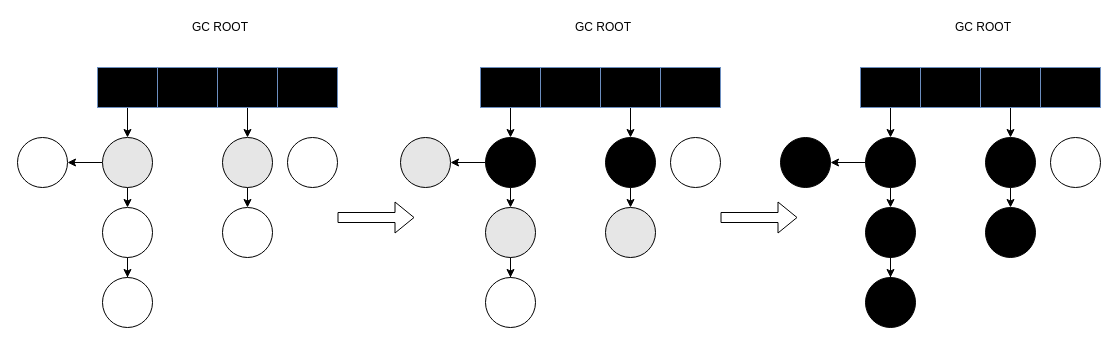
Before: jvm/三色标记.drawio in erlieStar/diagrams, a draw.io diagram. Source tidied: cells renumbered, new cells numbered last; positions are measured from the earlier drawing's top-left corner, leaving out a move shared by most shapes. Both pictures are drawn from the tidied source at 100%, with x=0, y=0 at pixel (17, 17).
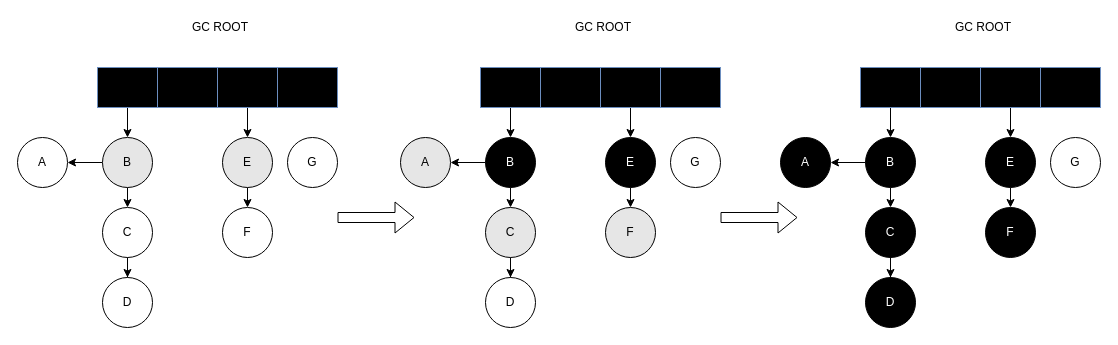
After the change.

Diff of the diagram source:
```diff
@@
-    <mxCell id="4" style="ellipse;whiteSpace=wrap;html=1;fillColor=#E6E6E6;" parent="1" vertex="1">
+    <mxCell id="4" value="B" style="ellipse;whiteSpace=wrap;html=1;fillColor=#E6E6E6;" parent="1" vertex="1">
       <mxGeometry x="85" y="120" width="50" height="50" as="geometry" />
     </mxCell>
@@
-    <mxCell id="6" style="ellipse;whiteSpace=wrap;html=1;" parent="1" vertex="1">
+    <mxCell id="6" value="C" style="ellipse;whiteSpace=wrap;html=1;" parent="1" vertex="1">
       <mxGeometry x="85" y="190" width="50" height="50" as="geometry" />
     </mxCell>
-    <mxCell id="7" style="ellipse;whiteSpace=wrap;html=1;" parent="1" vertex="1">
+    <mxCell id="7" value="A" style="ellipse;whiteSpace=wrap;html=1;" parent="1" vertex="1">
       <mxGeometry y="120" width="50" height="50" as="geometry" />
     </mxCell>
-    <mxCell id="8" style="ellipse;whiteSpace=wrap;html=1;" parent="1" vertex="1">
+    <mxCell id="8" value="D" style="ellipse;whiteSpace=wrap;html=1;" parent="1" vertex="1">
       <mxGeometry x="85" y="260" width="50" height="50" as="geometry" />
     </mxCell>
@@
-    <mxCell id="10" style="ellipse;whiteSpace=wrap;html=1;fillColor=#E6E6E6;" parent="1" vertex="1">
+    <mxCell id="10" value="E" style="ellipse;whiteSpace=wrap;html=1;fillColor=#E6E6E6;" parent="1" vertex="1">
       <mxGeometry x="205" y="120" width="50" height="50" as="geometry" />
     </mxCell>
-    <mxCell id="11" style="ellipse;whiteSpace=wrap;html=1;" parent="1" vertex="1">
+    <mxCell id="11" value="F" style="ellipse;whiteSpace=wrap;html=1;" parent="1" vertex="1">
       <mxGeometry x="205" y="190" width="50" height="50" as="geometry" />
     </mxCell>
-    <mxCell id="12" style="ellipse;whiteSpace=wrap;html=1;" parent="1" vertex="1">
+    <mxCell id="12" value="G" style="ellipse;whiteSpace=wrap;html=1;" parent="1" vertex="1">
       <mxGeometry x="270" y="120" width="50" height="50" as="geometry" />
     </mxCell>
@@
-    <mxCell id="22" style="ellipse;whiteSpace=wrap;html=1;fillColor=#000000;" parent="1" vertex="1">
+    <mxCell id="22" value="&lt;font color=&quot;#ffffff&quot;&gt;B&lt;/font&gt;" style="ellipse;whiteSpace=wrap;html=1;fillColor=#000000;" parent="1" vertex="1">
       <mxGeometry x="468" y="120" width="50" height="50" as="geometry" />
     </mxCell>
@@
-    <mxCell id="24" style="ellipse;whiteSpace=wrap;html=1;fillColor=#E6E6E6;" parent="1" vertex="1">
+    <mxCell id="24" value="C" style="ellipse;whiteSpace=wrap;html=1;fillColor=#E6E6E6;" parent="1" vertex="1">
       <mxGeometry x="468" y="190" width="50" height="50" as="geometry" />
     </mxCell>
-    <mxCell id="25" style="ellipse;whiteSpace=wrap;html=1;fillColor=#E6E6E6;" parent="1" vertex="1">
+    <mxCell id="25" value="A" style="ellipse;whiteSpace=wrap;html=1;fillColor=#E6E6E6;" parent="1" vertex="1">
       <mxGeometry x="383" y="120" width="50" height="50" as="geometry" />
     </mxCell>
-    <mxCell id="26" style="ellipse;whiteSpace=wrap;html=1;" parent="1" vertex="1">
+    <mxCell id="26" value="D" style="ellipse;whiteSpace=wrap;html=1;" parent="1" vertex="1">
       <mxGeometry x="468" y="260" width="50" height="50" as="geometry" />
     </mxCell>
@@
-    <mxCell id="28" style="ellipse;whiteSpace=wrap;html=1;fillColor=#000000;" parent="1" vertex="1">
+    <mxCell id="28" value="&lt;font color=&quot;#ffffff&quot;&gt;E&lt;/font&gt;" style="ellipse;whiteSpace=wrap;html=1;fillColor=#000000;" parent="1" vertex="1">
       <mxGeometry x="588" y="120" width="50" height="50" as="geometry" />
     </mxCell>
-    <mxCell id="29" style="ellipse;whiteSpace=wrap;html=1;fillColor=#E6E6E6;" parent="1" vertex="1">
+    <mxCell id="29" value="F" style="ellipse;whiteSpace=wrap;html=1;fillColor=#E6E6E6;" parent="1" vertex="1">
       <mxGeometry x="588" y="190" width="50" height="50" as="geometry" />
     </mxCell>
-    <mxCell id="30" style="ellipse;whiteSpace=wrap;html=1;" parent="1" vertex="1">
+    <mxCell id="30" value="G" style="ellipse;whiteSpace=wrap;html=1;" parent="1" vertex="1">
       <mxGeometry x="653" y="120" width="50" height="50" as="geometry" />
     </mxCell>
@@
-    <mxCell id="40" style="ellipse;whiteSpace=wrap;html=1;fillColor=#000000;" parent="1" vertex="1">
+    <mxCell id="40" value="&lt;font color=&quot;#ffffff&quot;&gt;B&lt;/font&gt;" style="ellipse;whiteSpace=wrap;html=1;fillColor=#000000;" parent="1" vertex="1">
       <mxGeometry x="848" y="120" width="50" height="50" as="geometry" />
     </mxCell>
@@
-    <mxCell id="42" style="ellipse;whiteSpace=wrap;html=1;fillColor=#000000;" parent="1" vertex="1">
+    <mxCell id="42" value="&lt;font color=&quot;#ffffff&quot;&gt;C&lt;/font&gt;" style="ellipse;whiteSpace=wrap;html=1;fillColor=#000000;" parent="1" vertex="1">
       <mxGeometry x="848" y="190" width="50" height="50" as="geometry" />
     </mxCell>
-    <mxCell id="43" style="ellipse;whiteSpace=wrap;html=1;fillColor=#000000;" parent="1" vertex="1">
+    <mxCell id="43" value="&lt;font color=&quot;#ffffff&quot;&gt;A&lt;/font&gt;" style="ellipse;whiteSpace=wrap;html=1;fillColor=#000000;" parent="1" vertex="1">
       <mxGeometry x="763" y="120" width="50" height="50" as="geometry" />
     </mxCell>
-    <mxCell id="44" style="ellipse;whiteSpace=wrap;html=1;fillColor=#000000;" parent="1" vertex="1">
+    <mxCell id="44" value="&lt;font color=&quot;#ffffff&quot;&gt;D&lt;/font&gt;" style="ellipse;whiteSpace=wrap;html=1;fillColor=#000000;" parent="1" vertex="1">
       <mxGeometry x="848" y="260" width="50" height="50" as="geometry" />
     </mxCell>
@@
-    <mxCell id="46" style="ellipse;whiteSpace=wrap;html=1;fillColor=#000000;" parent="1" vertex="1">
+    <mxCell id="46" value="&lt;font color=&quot;#ffffff&quot;&gt;E&lt;/font&gt;" style="ellipse;whiteSpace=wrap;html=1;fillColor=#000000;" parent="1" vertex="1">
       <mxGeometry x="968" y="120" width="50" height="50" as="geometry" />
     </mxCell>
-    <mxCell id="47" style="ellipse;whiteSpace=wrap;html=1;fillColor=#000000;" parent="1" vertex="1">
+    <mxCell id="47" value="&lt;font color=&quot;#ffffff&quot;&gt;F&lt;/font&gt;" style="ellipse;whiteSpace=wrap;html=1;fillColor=#000000;" parent="1" vertex="1">
       <mxGeometry x="968" y="190" width="50" height="50" as="geometry" />
     </mxCell>
-    <mxCell id="48" style="ellipse;whiteSpace=wrap;html=1;" parent="1" vertex="1">
+    <mxCell id="48" value="G" style="ellipse;whiteSpace=wrap;html=1;" parent="1" vertex="1">
       <mxGeometry x="1033" y="120" width="50" height="50" as="geometry" />
     </mxCell>
```
